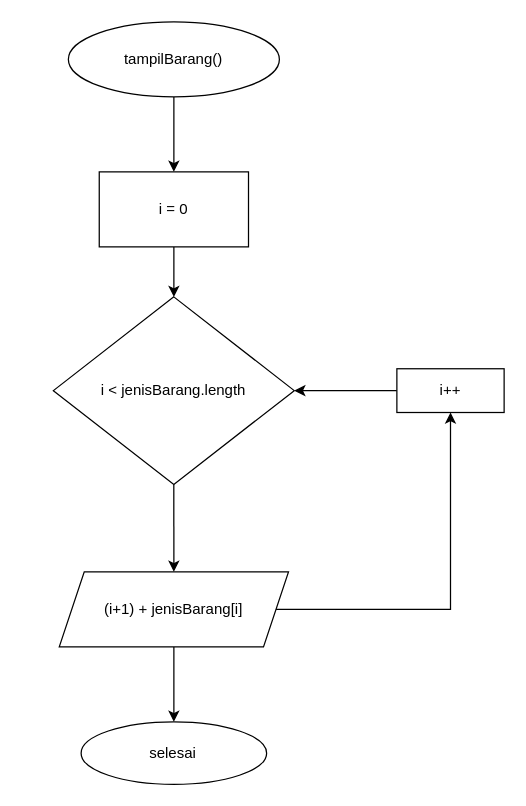
Above: page "tampil" (2 of 3) of fiturBarang().drawio in Diaputr/tugas-besar (draw.io), before the change. Source tidied: cells renumbered, new cells numbered last; positions are measured from the earlier drawing's top-left corner, leaving out a move shared by most shapes. Both pictures are drawn from the tidied source at 125%, with x=0, y=0 at pixel (52, 21).
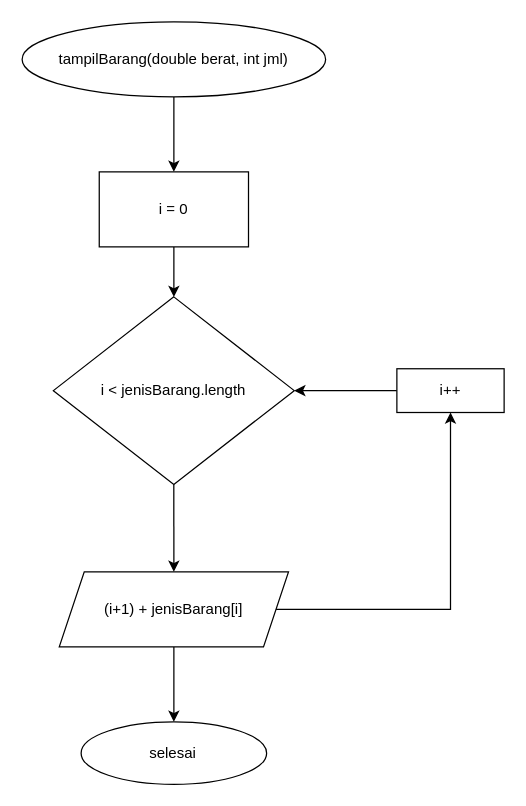
The same page after the edit.

What changed in the source:
```diff
@@
 <mxGraphModel>
   <root>
     <mxCell id="0" />
     <mxCell id="1" parent="0" />
     <mxCell id="2" style="edgeStyle=orthogonalEdgeStyle;rounded=0;jettySize=auto;html=1;" parent="1" edge="1" source="3" target="5">
       <mxGeometry relative="1" as="geometry" />
     </mxCell>
-    <mxCell id="3" value="tampilBarang()" style="ellipse;whiteSpace=wrap;html=1;" parent="1" vertex="1">
-      <mxGeometry x="12.2" width="168.8" height="60" as="geometry" />
+    <mxCell id="3" value="tampilBarang(double berat, int jml)" style="ellipse;whiteSpace=wrap;html=1;" parent="1" vertex="1">
+      <mxGeometry x="-24.8" width="242.8" height="60" as="geometry" />
     </mxCell>
     <mxCell id="4" style="edgeStyle=orthogonalEdgeStyle;rounded=0;jettySize=auto;html=1;" parent="1" edge="1" source="5" target="7">
       <mxGeometry relative="1" as="geometry" />
     </mxCell>
     <mxCell id="5" value="i = 0" style="whiteSpace=wrap;html=1;" parent="1" vertex="1">
       <mxGeometry x="36.9" y="120" width="119.4" height="60" as="geometry" />
     </mxCell>
     <mxCell id="6" style="edgeStyle=orthogonalEdgeStyle;rounded=0;jettySize=auto;html=1;exitX=0.5;exitY=1;exitDx=0;exitDy=0;entryX=0.5;entryY=0;entryDx=0;entryDy=0;" parent="1" edge="1" source="7" target="12">
       <mxGeometry relative="1" as="geometry" />
     </mxCell>
     <mxCell id="7" value="i &amp;lt; jenisBarang.length" style="rhombus;whiteSpace=wrap;html=1;" parent="1" vertex="1">
       <mxGeometry x="0.2" y="220" width="192.7" height="150" as="geometry" />
     </mxCell>
     <mxCell id="8" style="edgeStyle=orthogonalEdgeStyle;rounded=0;jettySize=auto;html=1;exitX=0;exitY=0.5;exitDx=0;exitDy=0;" parent="1" edge="1" source="9" target="7">
       <mxGeometry relative="1" as="geometry" />
     </mxCell>
     <mxCell id="9" value="i++" style="whiteSpace=wrap;html=1;" parent="1" vertex="1">
       <mxGeometry x="275" y="277.5" width="85.8" height="35" as="geometry" />
     </mxCell>
     <mxCell id="10" style="edgeStyle=orthogonalEdgeStyle;rounded=0;jettySize=auto;html=1;exitX=1;exitY=0.5;exitDx=0;exitDy=0;entryX=0.5;entryY=1;entryDx=0;entryDy=0;" parent="1" edge="1" source="12" target="9">
       <mxGeometry relative="1" as="geometry" />
     </mxCell>
     <mxCell id="11" style="edgeStyle=orthogonalEdgeStyle;rounded=0;jettySize=auto;html=1;" parent="1" edge="1" source="12" target="13">
       <mxGeometry relative="1" as="geometry" />
     </mxCell>
     <mxCell id="12" value="(i+1) + jenisBarang[i]" style="shape=parallelogram;perimeter=parallelogramPerimeter;whiteSpace=wrap;html=1;fixedSize=1;" parent="1" vertex="1">
       <mxGeometry x="4.9" y="440" width="183.4" height="60" as="geometry" />
     </mxCell>
     <mxCell id="13" value="selesai" style="ellipse;whiteSpace=wrap;html=1;" parent="1" vertex="1">
       <mxGeometry x="22.4" y="560" width="148.4" height="50" as="geometry" />
     </mxCell>
   </root>
 </mxGraphModel>
```
